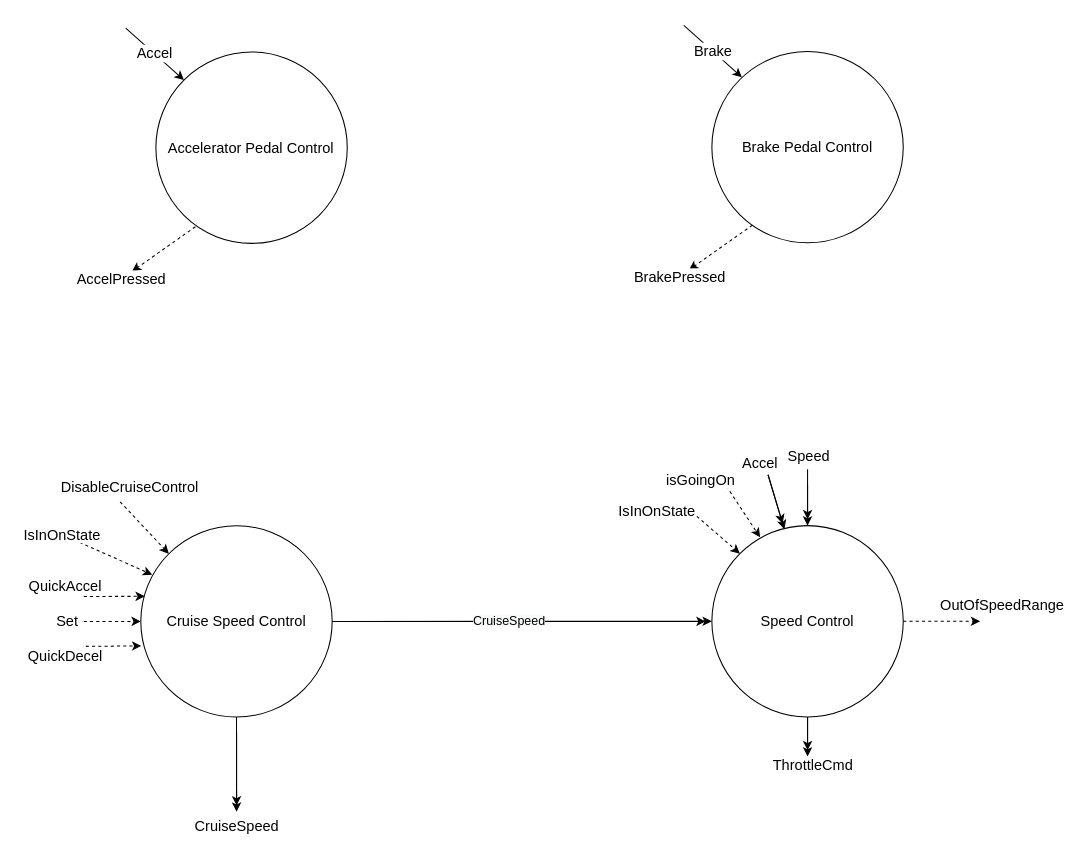
Earlier version of the draw.io diagram Diagrams/driving_control_refinement.drawio (jacoballen4534/Cruise-Controller). Source tidied: cells renumbered, new cells numbered last; positions are measured from the earlier drawing's top-left corner, leaving out a move shared by most shapes. Both pictures are drawn from the tidied source at 104%, with x=0, y=0 at pixel (18, 25).
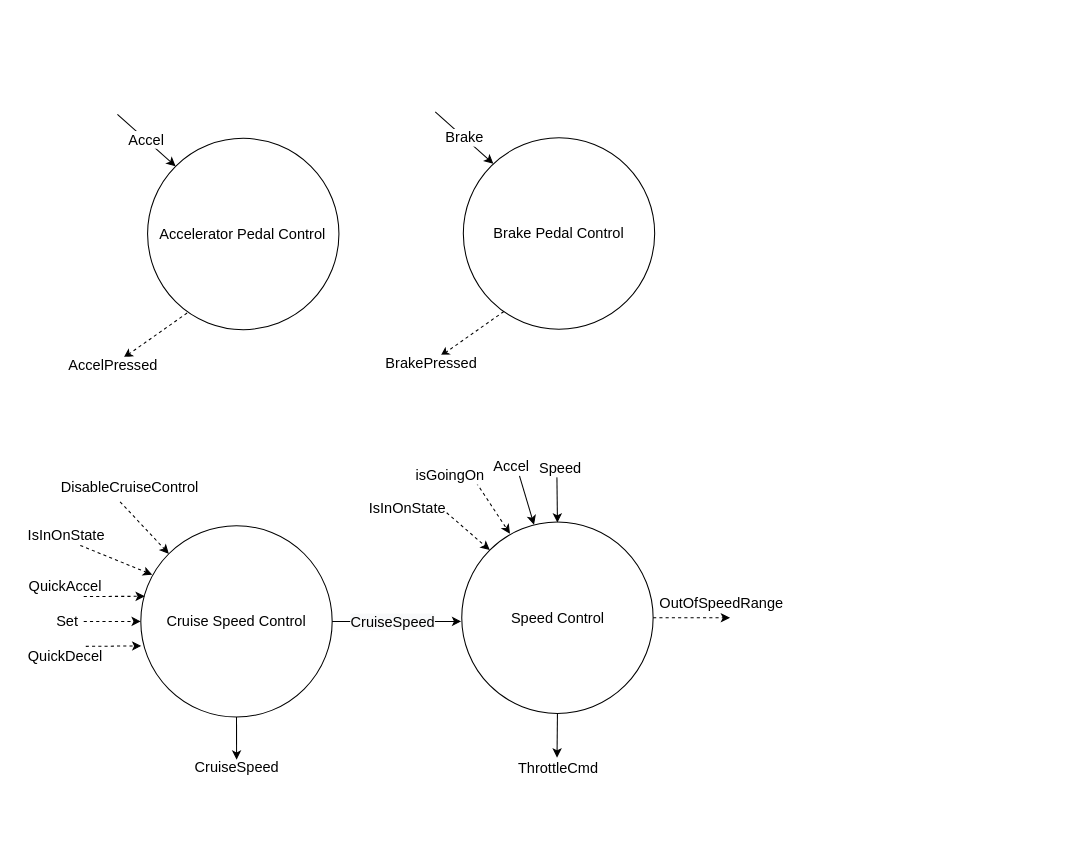
The same diagram, later.

The change refers to these unchanged cells:
```xml
<mxCell id="5" value="Cruise Speed Control" style="ellipse;whiteSpace=wrap;html=1;fontSize=14;" parent="1" vertex="1">
  <mxGeometry x="117.9" y="481" width="184" height="184" as="geometry" />
</mxCell>
```

Change to the diagram source:
```diff
@@
     <mxCell id="2" value="Accelerator Pedal Control" style="ellipse;whiteSpace=wrap;html=1;fontSize=14;" parent="1" vertex="1">
-      <mxGeometry x="132.4" y="25.5" width="184" height="184" as="geometry" />
+      <mxGeometry x="124.4" y="108.5" width="184" height="184" as="geometry" />
     </mxCell>
     <mxCell id="3" value="Brake Pedal Control" style="ellipse;whiteSpace=wrap;html=1;fontSize=14;" parent="1" vertex="1">
-      <mxGeometry x="667" y="25" width="184" height="184" as="geometry" />
+      <mxGeometry x="428" y="108" width="184" height="184" as="geometry" />
     </mxCell>
     <mxCell id="4" value="Speed Control" style="ellipse;whiteSpace=wrap;html=1;fontSize=14;" parent="1" vertex="1">
-      <mxGeometry x="667" y="480.9" width="184" height="184" as="geometry" />
+      <mxGeometry x="426.5" y="477.5" width="184" height="184" as="geometry" />
     </mxCell>
@@
     <mxCell id="6" value="Accel" style="endArrow=classic;html=1;strokeColor=#000000;entryX=0;entryY=0;entryDx=0;entryDy=0;fontSize=14;" parent="1" edge="1" target="2">
       <mxGeometry relative="1" as="geometry">
-        <mxPoint x="103.4" y="2.5" as="sourcePoint" />
+        <mxPoint x="95.4" y="85.5" as="sourcePoint" />
       </mxGeometry>
     </mxCell>
     <mxCell id="7" value="AccelPressed" style="endArrow=classic;html=1;strokeColor=#000000;fontSize=14;dashed=1;" parent="1" edge="1">
       <mxGeometry x="1" y="-12" relative="1" as="geometry">
-        <mxPoint x="170.4" y="193.5" as="sourcePoint" />
-        <mxPoint x="109.4" y="236.5" as="targetPoint" />
+        <mxPoint x="162.4" y="276.5" as="sourcePoint" />
+        <mxPoint x="101.4" y="319.5" as="targetPoint" />
         <mxPoint x="-3" y="17" as="offset" />
       </mxGeometry>
     </mxCell>
     <mxCell id="8" value="Brake" style="endArrow=classic;html=1;strokeColor=#000000;entryX=0;entryY=0;entryDx=0;entryDy=0;fontSize=14;" parent="1" edge="1">
       <mxGeometry relative="1" as="geometry">
-        <mxPoint x="640" as="sourcePoint" />
-        <mxPoint x="695.9" y="49.9" as="targetPoint" />
+        <mxPoint x="401" y="83" as="sourcePoint" />
+        <mxPoint x="456.9" y="132.9" as="targetPoint" />
       </mxGeometry>
     </mxCell>
     <mxCell id="9" value="BrakePressed" style="endArrow=classic;html=1;strokeColor=#000000;fontSize=14;dashed=1;" parent="1" edge="1">
       <mxGeometry x="1" y="11" relative="1" as="geometry">
-        <mxPoint x="706" y="192" as="sourcePoint" />
-        <mxPoint x="645" y="235" as="targetPoint" />
+        <mxPoint x="467" y="275" as="sourcePoint" />
+        <mxPoint x="406" y="318" as="targetPoint" />
         <mxPoint x="-15" y="-2" as="offset" />
       </mxGeometry>
     </mxCell>
     <mxCell id="10" style="group;rotation=90;" parent="1" vertex="1">
-      <mxGeometry x="667" y="450.8" width="41" height="46" as="geometry" />
+      <mxGeometry x="426.5" y="454" width="41" height="46" as="geometry" />
     </mxCell>
-    <mxCell id="11" style="endArrow=classic;html=1;strokeColor=#000000;fontSize=14;entryX=0.5;entryY=0;entryDx=0;entryDy=0;" parent="10" edge="1" target="4">
-      <mxGeometry relative="1" as="geometry">
-        <mxPoint x="92" y="-24" as="sourcePoint" />
-      </mxGeometry>
-    </mxCell>
     <mxCell id="12" style="endArrow=classic;html=1;strokeColor=#000000;fontSize=14;" parent="10" edge="1">
       <mxGeometry relative="1" as="geometry">
-        <mxPoint x="92" y="-9" as="sourcePoint" />
+        <mxPoint x="91.5" y="-20" as="sourcePoint" />
         <mxPoint x="92" y="24" as="targetPoint" />
       </mxGeometry>
     </mxCell>
     <mxCell id="13" value="Speed" style="text;html=1;align=center;verticalAlign=middle;labelBackgroundColor=#ffffff;fontSize=14;" parent="12" vertex="1">
       <mxGeometry x="-0.05" y="2" relative="1" as="geometry">
-        <mxPoint x="-2" y="-44.5" as="offset" />
+        <mxPoint x="-0.2" y="-29.9" as="offset" />
       </mxGeometry>
     </mxCell>
     <mxCell id="14" style="text;html=1;align=center;verticalAlign=middle;fontSize=14;" parent="1" vertex="1">
-      <mxGeometry x="356.9" y="438" width="10" height="26" as="geometry" />
+      <mxGeometry x="350" y="438" width="10" height="26" as="geometry" />
     </mxCell>
     <mxCell id="15" style="group;rotation=90;" parent="1" vertex="1">
-      <mxGeometry x="834" y="624.9" width="41" height="46" as="geometry" />
+      <mxGeometry x="593.5" y="621.5" width="41" height="46" as="geometry" />
     </mxCell>
-    <mxCell id="16" style="endArrow=classic;html=1;strokeColor=#000000;fontSize=14;exitX=0.5;exitY=1;exitDx=0;exitDy=0;" parent="15" edge="1" source="4">
-      <mxGeometry relative="1" as="geometry">
-        <mxPoint x="-75" y="78" as="targetPoint" />
-      </mxGeometry>
-    </mxCell>
     <mxCell id="17" style="endArrow=classic;html=1;strokeColor=#000000;fontSize=14;exitX=0.5;exitY=1;exitDx=0;exitDy=0;" parent="15" edge="1" source="4">
       <mxGeometry relative="1" as="geometry">
-        <mxPoint x="-75" y="72" as="targetPoint" />
+        <mxPoint x="-75.4" y="82.5" as="targetPoint" />
       </mxGeometry>
     </mxCell>
     <mxCell id="18" value="ThrottleCmd" style="text;html=1;align=center;verticalAlign=middle;labelBackgroundColor=#ffffff;fontSize=14;" parent="17" vertex="1">
       <mxGeometry x="-0.05" y="2" relative="1" as="geometry">
-        <mxPoint x="2" y="31" as="offset" />
+        <mxPoint x="-1.8" y="31.5" as="offset" />
       </mxGeometry>
     </mxCell>
     <mxCell id="19" style="endArrow=classic;html=1;strokeColor=#000000;fontSize=14;dashed=1;exitX=1;exitY=0.5;exitDx=0;exitDy=0;" parent="1" edge="1" source="4">
       <mxGeometry relative="1" as="geometry">
-        <mxPoint x="925" y="572.9" as="targetPoint" />
+        <mxPoint x="684.5" y="569.5" as="targetPoint" />
       </mxGeometry>
     </mxCell>
     <mxCell id="20" value="OutOfSpeedRange" style="text;html=1;align=center;verticalAlign=middle;fontSize=14;" parent="1" vertex="1">
-      <mxGeometry x="881" y="547.9" width="129" height="21" as="geometry" />
+      <mxGeometry x="611.1" y="545" width="129" height="21" as="geometry" />
     </mxCell>
-    <mxCell id="21" style="endArrow=classic;html=1;strokeColor=#000000;fontSize=14;exitX=1;exitY=0.5;exitDx=0;exitDy=0;" parent="1" edge="1">
-      <mxGeometry relative="1" as="geometry">
-        <mxPoint x="307.9" y="573" as="sourcePoint" />
-        <mxPoint x="661" y="573" as="targetPoint" />
-      </mxGeometry>
-    </mxCell>
-    <mxCell id="22" style="endArrow=classic;html=1;strokeColor=#000000;entryX=0.379;entryY=0.019;entryDx=0;entryDy=0;fontSize=14;entryPerimeter=0;" parent="1" edge="1" target="4">
-      <mxGeometry relative="1" as="geometry">
-        <mxPoint x="721" y="432" as="sourcePoint" />
-      </mxGeometry>
-    </mxCell>
     <mxCell id="23" style="endArrow=classic;html=1;strokeColor=#000000;fontSize=14;" parent="1" edge="1">
       <mxGeometry relative="1" as="geometry">
-        <mxPoint x="721" y="432" as="sourcePoint" />
-        <mxPoint x="735" y="479" as="targetPoint" />
+        <mxPoint x="482" y="433" as="sourcePoint" />
+        <mxPoint x="496" y="480" as="targetPoint" />
       </mxGeometry>
     </mxCell>
     <mxCell id="24" value="Accel" style="text;html=1;align=center;verticalAlign=middle;labelBackgroundColor=#ffffff;fontSize=14;" parent="23" vertex="1">
       <mxGeometry x="0.57" y="-1" relative="1" as="geometry">
-        <mxPoint x="-18" y="-48.1" as="offset" />
+        <mxPoint x="-18" y="-46.1" as="offset" />
       </mxGeometry>
     </mxCell>
-    <mxCell id="25" style="endArrow=classic;html=1;strokeColor=#000000;fontSize=14;exitX=1;exitY=0.5;exitDx=0;exitDy=0;entryX=0;entryY=0.5;entryDx=0;entryDy=0;" parent="1" edge="1" source="5" target="4">
-      <mxGeometry relative="1" as="geometry" />
+    <mxCell id="25" style="endArrow=classic;html=1;strokeColor=#000000;fontSize=14;exitX=1;exitY=0.5;exitDx=0;exitDy=0;" parent="1" edge="1" source="5">
+      <mxGeometry relative="1" as="geometry">
+        <mxPoint x="426" y="573" as="targetPoint" />
+      </mxGeometry>
     </mxCell>
-    <mxCell id="26" value="&lt;span style=&quot;background-color: rgb(248 , 249 , 250)&quot;&gt;&lt;font style=&quot;font-size: 12px&quot;&gt;CruiseSpeed&lt;/font&gt;&lt;/span&gt;" style="edgeLabel;html=1;align=center;verticalAlign=middle;" parent="25" vertex="1">
+    <mxCell id="26" value="&lt;span style=&quot;background-color: rgb(248, 249, 250); font-size: 14px;&quot;&gt;&lt;font style=&quot;font-size: 14px;&quot;&gt;CruiseSpeed&lt;/font&gt;&lt;/span&gt;" style="edgeLabel;html=1;align=center;verticalAlign=middle;fontSize=14;" parent="25" vertex="1">
       <mxGeometry x="-0.07" relative="1" as="geometry" />
     </mxCell>
@@
     <mxCell id="30" style="endArrow=classic;html=1;strokeColor=#000000;fontSize=14;exitX=0.5;exitY=1;exitDx=0;exitDy=0;" parent="1" edge="1" source="5">
       <mxGeometry relative="1" as="geometry">
-        <mxPoint x="210" y="756" as="targetPoint" />
+        <mxPoint x="210" y="706" as="targetPoint" />
       </mxGeometry>
     </mxCell>
     <mxCell id="31" value="CruiseSpeed" style="text;html=1;align=center;verticalAlign=middle;fontSize=14;" parent="1" vertex="1">
-      <mxGeometry x="164.4" y="759" width="91" height="21" as="geometry" />
+      <mxGeometry x="164.4" y="702" width="91" height="21" as="geometry" />
     </mxCell>
-    <mxCell id="32" style="endArrow=classic;html=1;strokeColor=#000000;fontSize=14;exitX=0.5;exitY=1;exitDx=0;exitDy=0;" parent="1" edge="1" source="5">
-      <mxGeometry relative="1" as="geometry">
-        <mxPoint x="210" y="750" as="targetPoint" />
-      </mxGeometry>
-    </mxCell>
     <mxCell id="33" style="endArrow=classic;html=1;entryX=0.252;entryY=0.061;entryDx=0;entryDy=0;entryPerimeter=0;dashed=1;" parent="1" edge="1" target="4">
       <mxGeometry relative="1" as="geometry">
-        <mxPoint x="681" y="443" as="sourcePoint" />
+        <mxPoint x="440.5" y="439.6" as="sourcePoint" />
       </mxGeometry>
     </mxCell>
-    <mxCell id="34" value="&lt;font style=&quot;font-size: 14px&quot;&gt;isGoingOn&lt;/font&gt;" style="edgeLabel;html=1;align=center;verticalAlign=middle;" parent="33" vertex="1">
+    <mxCell id="34" value="&lt;font style=&quot;font-size: 14px;&quot;&gt;isGoingOn&lt;/font&gt;" style="edgeLabel;html=1;align=center;verticalAlign=middle;fontSize=14;" parent="33" vertex="1">
       <mxGeometry x="-0.83" y="1" relative="1" as="geometry">
         <mxPoint x="-29.5" y="-10.5" as="offset" />
       </mxGeometry>
     </mxCell>
-    <mxCell id="35" style="endArrow=classic;html=1;entryX=0.06;entryY=0.256;entryDx=0;entryDy=0;entryPerimeter=0;dashed=1;" parent="1" edge="1" target="5">
-      <mxGeometry relative="1" as="geometry">
-        <mxPoint x="59" y="497" as="sourcePoint" />
-      </mxGeometry>
+    <mxCell id="35" style="endArrow=classic;html=1;entryX=0.06;entryY=0.256;entryDx=0;entryDy=0;entryPerimeter=0;dashed=1;exitX=0.663;exitY=0.997;exitDx=0;exitDy=0;exitPerimeter=0;" parent="1" edge="1" source="36" target="5">
+      <mxGeometry relative="1" as="geometry" />
     </mxCell>
     <mxCell id="36" value="&lt;span style=&quot;background-color: rgb(255 , 255 , 255)&quot;&gt;&lt;font style=&quot;font-size: 14px&quot;&gt;IsInOnState&lt;/font&gt;&lt;/span&gt;" style="text;html=1;align=center;verticalAlign=middle;points=[];" parent="1" vertex="1">
-      <mxGeometry y="480" width="84" height="20" as="geometry" />
+      <mxGeometry x="4" y="480" width="84" height="20" as="geometry" />
     </mxCell>
     <mxCell id="37" style="endArrow=classic;html=1;dashed=1;entryX=0;entryY=0;entryDx=0;entryDy=0;" parent="1" edge="1" target="4">
       <mxGeometry relative="1" as="geometry">
-        <mxPoint x="648" y="468" as="sourcePoint" />
+        <mxPoint x="407.5" y="464.6" as="sourcePoint" />
       </mxGeometry>
     </mxCell>
-    <mxCell id="38" value="&lt;font style=&quot;font-size: 14px&quot;&gt;IsInOnState&lt;/font&gt;" style="edgeLabel;html=1;align=center;verticalAlign=middle;" parent="37" vertex="1">
+    <mxCell id="38" value="&lt;font style=&quot;font-size: 14px;&quot;&gt;IsInOnState&lt;/font&gt;" style="edgeLabel;html=1;align=center;verticalAlign=middle;fontSize=14;" parent="37" vertex="1">
       <mxGeometry x="-0.62" relative="1" as="geometry">
         <mxPoint x="-43.5" y="-9.1" as="offset" />
       </mxGeometry>
     </mxCell>
```
